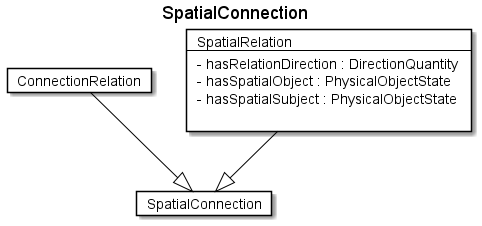
Before: fragments/diagrams/SpatialConnection.png, a diagram exported from PlantUML (rtigran/rdf2adoc). Source of this version:
```plantuml
@startuml
Title SpatialConnection

Card SpatialConnection #fff [
SpatialConnection
]
Card ConnectionRelation #fff [
ConnectionRelation
]
ConnectionRelation --|> SpatialConnection  #000
Card SpatialRelation #fff [
SpatialRelation
----
- hasRelationDirection : DirectionQuantity
- hasSpatialObject : PhysicalObjectState
- hasSpatialSubject : PhysicalObjectState

]
SpatialRelation --|> SpatialConnection  #000
@enduml
```
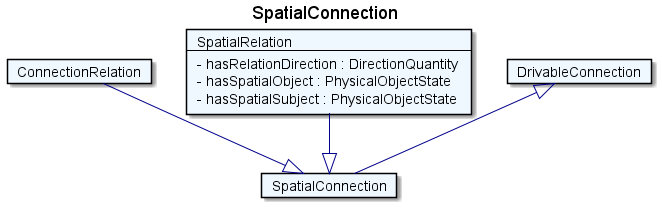
After the commit.

Diff of the diagram source:
```diff
@@ -1,20 +1,23 @@
 @startuml
 Title SpatialConnection
 
-Card SpatialConnection #fff [
+Card SpatialConnection #F0F8FF [
 SpatialConnection
 ]
-Card ConnectionRelation #fff [
+Card ConnectionRelation #F0F8FF [
 ConnectionRelation
 ]
-ConnectionRelation --|> SpatialConnection  #000
-Card SpatialRelation #fff [
+ConnectionRelation --|> SpatialConnection  #00008B
+Card SpatialRelation #F0F8FF [
 SpatialRelation
 ----
 - hasRelationDirection : DirectionQuantity
 - hasSpatialObject : PhysicalObjectState
 - hasSpatialSubject : PhysicalObjectState
-
 ]
-SpatialRelation --|> SpatialConnection  #000
+SpatialRelation --|> SpatialConnection  #00008B
+Card DrivableConnection #F0F8FF [
+DrivableConnection
+]
+DrivableConnection <|-- SpatialConnection  #00008B
 @enduml
```
